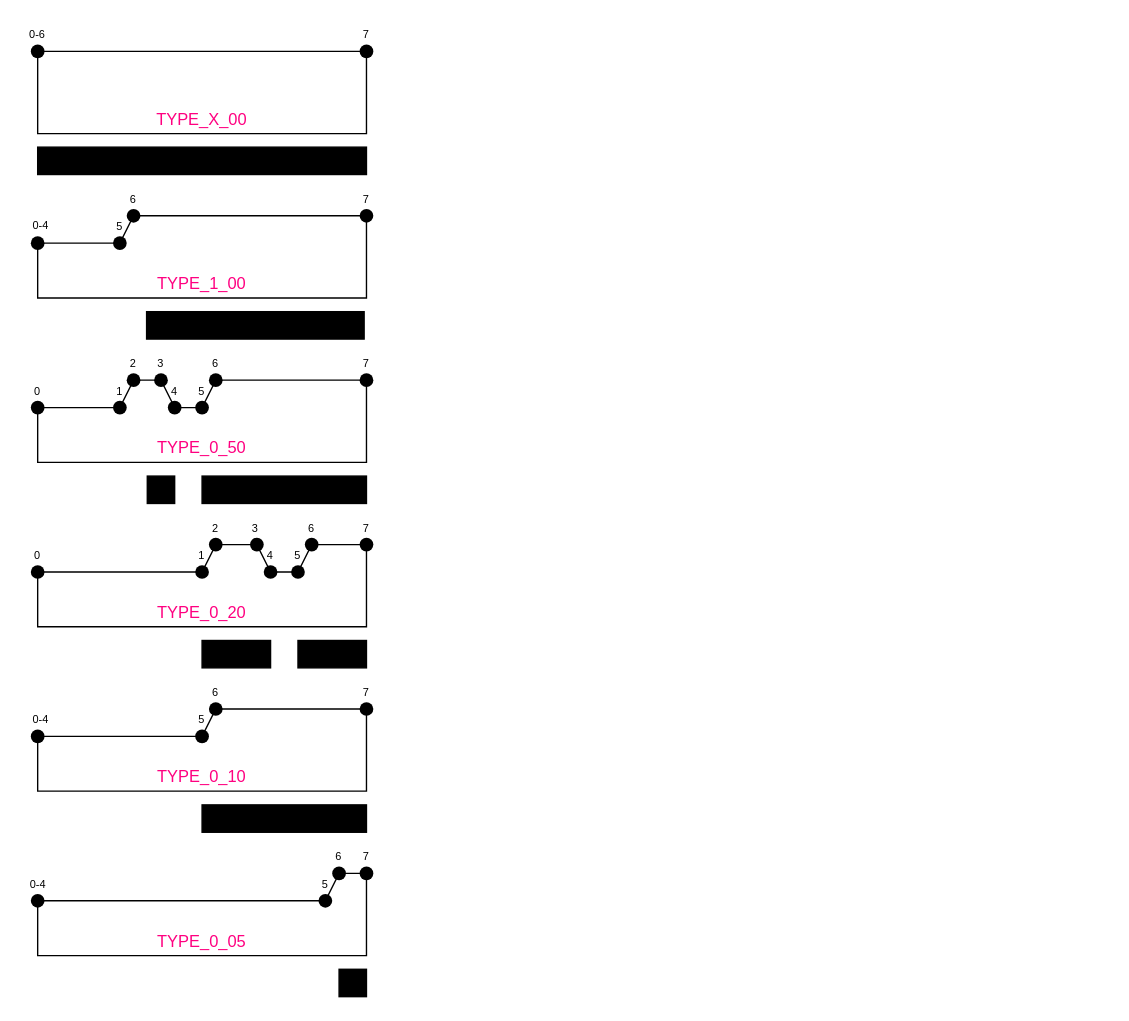
Before: model-ruler/design.drawio in boytchev/viu, a draw.io diagram. Source tidied: cells renumbered, new cells numbered last; positions are measured from the earlier drawing's top-left corner, leaving out a move shared by most shapes. Both pictures are drawn from the tidied source at 137%, with x=0, y=0 at pixel (23, -4).
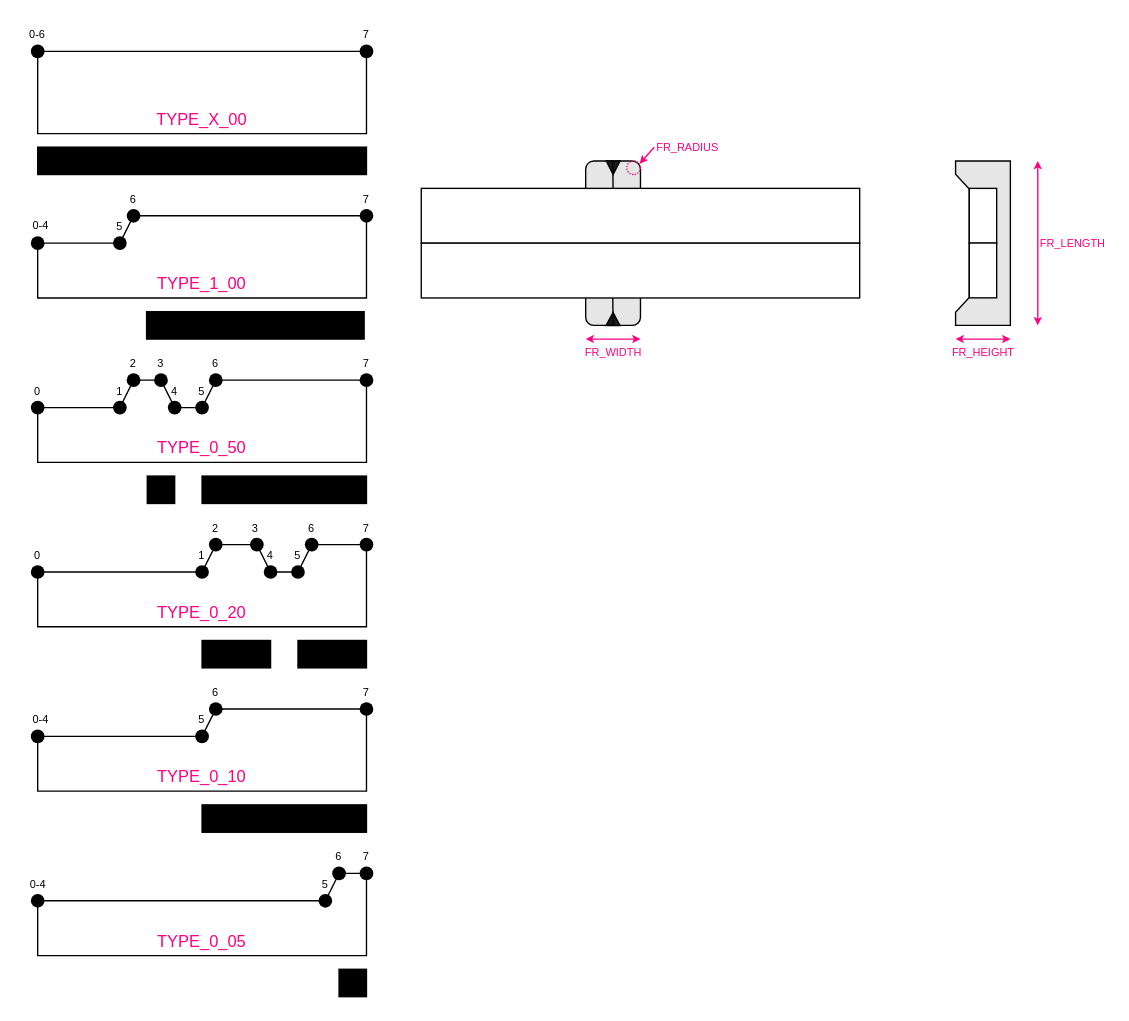
The same page after the edit.

Diff of the diagram source:
```diff
@@
+    <mxCell id="82" style="verticalLabelPosition=bottom;verticalAlign=middle;html=1;shape=mxgraph.basic.polygon;polyCoords=[[0,0.08],[0,0],[1,0],[1,1],[0,1],[0,0.92],[0.25,0.83],[0.25,0.17]];polyline=0;rounded=0;fillColor=#E6E6E6;" parent="1" vertex="1">
+      <mxGeometry x="680" y="120" width="40" height="120" as="geometry" />
+    </mxCell>
+    <mxCell id="83" style="rounded=1;whiteSpace=wrap;html=1;strokeColor=#000000;fillColor=#E6E6E6;" parent="1" vertex="1">
+      <mxGeometry x="410" y="120" width="40" height="120" as="geometry" />
+    </mxCell>
@@
+    <mxCell id="84" style="rounded=0;whiteSpace=wrap;html=1;" parent="1" vertex="1">
+      <mxGeometry x="290" y="140" width="320" height="40" as="geometry" />
+    </mxCell>
+    <mxCell id="85" style="rounded=0;whiteSpace=wrap;html=1;" parent="1" vertex="1">
+      <mxGeometry x="290" y="180" width="320" height="40" as="geometry" />
+    </mxCell>
+    <mxCell id="86" style="triangle;whiteSpace=wrap;html=1;rotation=90;fillColor=#1A1A1A;" parent="1" vertex="1">
+      <mxGeometry x="425.1" y="119.9" width="9.9" height="10.1" as="geometry" />
+    </mxCell>
+    <mxCell id="87" style="triangle;whiteSpace=wrap;html=1;rotation=-90;fillColor=#1A1A1A;" parent="1" vertex="1">
+      <mxGeometry x="425.3" y="230.3" width="9.4" height="10.1" as="geometry" />
+    </mxCell>
+    <mxCell id="88" style="rounded=0;whiteSpace=wrap;html=1;" parent="1" vertex="1">
+      <mxGeometry x="690" y="140" width="20" height="40" as="geometry" />
+    </mxCell>
+    <mxCell id="89" style="rounded=0;whiteSpace=wrap;html=1;" parent="1" vertex="1">
+      <mxGeometry x="690" y="179.9" width="20" height="40" as="geometry" />
+    </mxCell>
+    <mxCell id="90" value="FR_LENGTH" style="endArrow=classic;startArrow=classic;html=1;strokeColor=#FF0080;startSize=3;endSize=3;fontSize=8;fontColor=#FF0080;labelBackgroundColor=none;align=left;" parent="1" edge="1">
+      <mxGeometry relative="1" as="geometry">
+        <mxPoint x="740" y="240" as="sourcePoint" />
+        <mxPoint x="740" y="120" as="targetPoint" />
+      </mxGeometry>
+    </mxCell>
+    <mxCell id="91" value="FR_HEIGHT" style="endArrow=classic;startArrow=classic;html=1;strokeColor=#FF0080;startSize=3;endSize=3;fontSize=8;fontColor=#FF0080;labelBackgroundColor=none;" parent="1" edge="1">
+      <mxGeometry y="10" relative="1" as="geometry">
+        <mxPoint x="720" y="250" as="sourcePoint" />
+        <mxPoint x="680" y="250" as="targetPoint" />
+      </mxGeometry>
+    </mxCell>
+    <mxCell id="92" value="FR_WIDTH" style="endArrow=classic;startArrow=classic;html=1;strokeColor=#FF0080;startSize=3;endSize=3;fontSize=8;fontColor=#FF0080;labelBackgroundColor=none;" parent="1" edge="1">
+      <mxGeometry y="10" relative="1" as="geometry">
+        <mxPoint x="450" y="250" as="sourcePoint" />
+        <mxPoint x="410" y="250" as="targetPoint" />
+      </mxGeometry>
+    </mxCell>
+    <mxCell id="93" style="ellipse;whiteSpace=wrap;html=1;fontSize=8;fontColor=#FF0080;fillColor=none;strokeColor=#FF0080;dashed=1;dashPattern=1 1;" parent="1" vertex="1">
+      <mxGeometry x="440" y="119.9" width="10" height="10" as="geometry" />
+    </mxCell>
+    <mxCell id="94" value="FR_RADIUS" style="endArrow=classic;startArrow=none;html=1;strokeColor=#FF0080;startSize=3;endSize=3;fontSize=8;fontColor=#FF0080;labelBackgroundColor=none;startFill=0;entryX=0.94;entryY=0.207;entryDx=0;entryDy=0;entryPerimeter=0;align=left;" parent="1" edge="1" target="93">
+      <mxGeometry x="-1" relative="1" as="geometry">
+        <mxPoint x="460" y="110" as="sourcePoint" />
+      </mxGeometry>
+    </mxCell>
+    <mxCell id="95" style="endArrow=none;html=1;exitX=0.437;exitY=0.75;exitDx=0;exitDy=0;exitPerimeter=0;" parent="1" edge="1">
+      <mxGeometry relative="1" as="geometry">
+        <mxPoint x="429.8" y="220" as="sourcePoint" />
+        <mxPoint x="430" y="240" as="targetPoint" />
+      </mxGeometry>
+    </mxCell>
+    <mxCell id="96" style="endArrow=none;html=1;exitX=0.437;exitY=0.75;exitDx=0;exitDy=0;exitPerimeter=0;" parent="1" edge="1">
+      <mxGeometry relative="1" as="geometry">
+        <mxPoint x="429.8" y="120" as="sourcePoint" />
+        <mxPoint x="430" y="140" as="targetPoint" />
+      </mxGeometry>
+    </mxCell>
```
